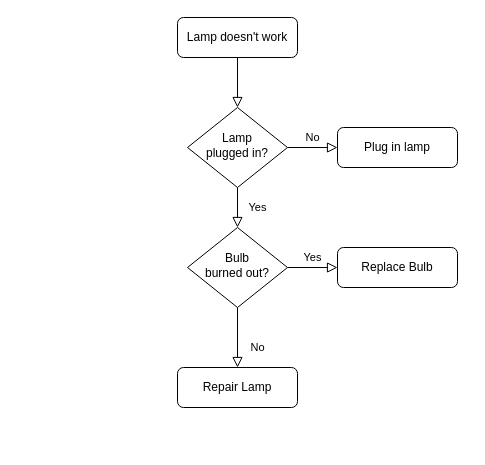
bird1225/draw keeps this draw.io diagram as 态势系统报警流程.drawio. Above is the earlier version. Source tidied: cells renumbered, new cells numbered last; positions are measured from the earlier drawing's top-left corner, leaving out a move shared by most shapes. Both pictures are drawn from the tidied source at 100%, with x=0, y=0 at pixel (177, 17).
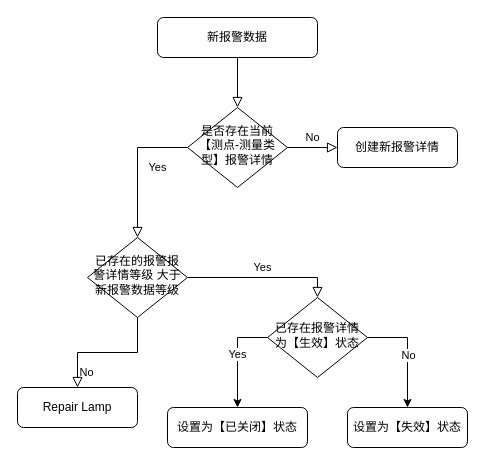
The same page after the edit.

Commit message (it also covers changes not shown here):
更新态势系统报警流程.drawio

Diff of the diagram source:
```diff
@@
 <mxGraphModel>
   <root>
     <mxCell id="0" />
     <mxCell id="1" parent="0" />
     <mxCell id="2" style="rounded=0;html=1;jettySize=auto;fontSize=11;endArrow=block;endFill=0;endSize=8;strokeWidth=1;shadow=0;labelBackgroundColor=none;edgeStyle=orthogonalEdgeStyle;" parent="1" edge="1" source="3" target="6">
       <mxGeometry relative="1" as="geometry" />
     </mxCell>
-    <mxCell id="3" value="Lamp doesn't work" style="rounded=1;whiteSpace=wrap;html=1;fontSize=12;glass=0;strokeWidth=1;shadow=0;" parent="1" vertex="1">
-      <mxGeometry width="120" height="40" as="geometry" />
+    <mxCell id="3" value="新报警数据" style="rounded=1;whiteSpace=wrap;html=1;fontSize=12;glass=0;strokeWidth=1;shadow=0;" parent="1" vertex="1">
+      <mxGeometry x="-20" width="160" height="40" as="geometry" />
     </mxCell>
-    <mxCell id="4" value="Yes" style="rounded=0;html=1;jettySize=auto;fontSize=11;endArrow=block;endFill=0;endSize=8;strokeWidth=1;shadow=0;labelBackgroundColor=none;edgeStyle=orthogonalEdgeStyle;" parent="1" edge="1" source="6" target="10">
+    <mxCell id="4" value="Yes" style="rounded=0;html=1;jettySize=auto;fontSize=11;endArrow=block;endFill=0;endSize=8;strokeWidth=1;shadow=0;labelBackgroundColor=none;edgeStyle=orthogonalEdgeStyle;exitX=0;exitY=0.5;exitDx=0;exitDy=0;" parent="1" edge="1" source="6" target="10">
       <mxGeometry y="20" relative="1" as="geometry" />
     </mxCell>
     <mxCell id="5" value="No" style="edgeStyle=orthogonalEdgeStyle;rounded=0;html=1;jettySize=auto;fontSize=11;endArrow=block;endFill=0;endSize=8;strokeWidth=1;shadow=0;labelBackgroundColor=none;" parent="1" edge="1" source="6" target="7">
       <mxGeometry y="10" relative="1" as="geometry" />
     </mxCell>
-    <mxCell id="6" value="Lamp&lt;br&gt;plugged in?" style="rhombus;whiteSpace=wrap;html=1;shadow=0;fontFamily=Helvetica;fontSize=12;align=center;strokeWidth=1;spacing=6;spacingTop=-4;" parent="1" vertex="1">
+    <mxCell id="6" value="是否存在当前【测点-测量类型】报警详情" style="rhombus;whiteSpace=wrap;html=1;shadow=0;fontFamily=Helvetica;fontSize=12;align=center;strokeWidth=1;spacing=6;spacingTop=-4;" parent="1" vertex="1">
       <mxGeometry x="10" y="90" width="100" height="80" as="geometry" />
     </mxCell>
-    <mxCell id="7" value="Plug in lamp" style="rounded=1;whiteSpace=wrap;html=1;fontSize=12;glass=0;strokeWidth=1;shadow=0;" parent="1" vertex="1">
+    <mxCell id="7" value="创建新报警详情" style="rounded=1;whiteSpace=wrap;html=1;fontSize=12;glass=0;strokeWidth=1;shadow=0;" parent="1" vertex="1">
       <mxGeometry x="160" y="110" width="120" height="40" as="geometry" />
     </mxCell>
     <mxCell id="8" value="No" style="rounded=0;html=1;jettySize=auto;fontSize=11;endArrow=block;endFill=0;endSize=8;strokeWidth=1;shadow=0;labelBackgroundColor=none;edgeStyle=orthogonalEdgeStyle;" parent="1" edge="1" source="10" target="11">
       <mxGeometry x="0.33" y="20" relative="1" as="geometry" />
     </mxCell>
-    <mxCell id="9" value="Yes" style="edgeStyle=orthogonalEdgeStyle;rounded=0;html=1;jettySize=auto;fontSize=11;endArrow=block;endFill=0;endSize=8;strokeWidth=1;shadow=0;labelBackgroundColor=none;" parent="1" edge="1" source="10" target="12">
+    <mxCell id="9" value="Yes" style="edgeStyle=orthogonalEdgeStyle;rounded=0;html=1;jettySize=auto;fontSize=11;endArrow=block;endFill=0;endSize=8;strokeWidth=1;shadow=0;labelBackgroundColor=none;entryX=0.5;entryY=0;entryDx=0;entryDy=0;" parent="1" edge="1" source="10" target="17">
       <mxGeometry y="10" relative="1" as="geometry" />
     </mxCell>
-    <mxCell id="10" value="Bulb&lt;br&gt;burned out?" style="rhombus;whiteSpace=wrap;html=1;shadow=0;fontFamily=Helvetica;fontSize=12;align=center;strokeWidth=1;spacing=6;spacingTop=-4;" parent="1" vertex="1">
-      <mxGeometry x="10" y="210" width="100" height="80" as="geometry" />
+    <mxCell id="10" value="已存在的报警报警详情等级 大于 新报警数据等级" style="rhombus;whiteSpace=wrap;html=1;shadow=0;fontFamily=Helvetica;fontSize=12;align=center;strokeWidth=1;spacing=6;spacingTop=-4;" parent="1" vertex="1">
+      <mxGeometry x="-90" y="220" width="100" height="80" as="geometry" />
     </mxCell>
     <mxCell id="11" value="Repair Lamp" style="rounded=1;whiteSpace=wrap;html=1;fontSize=12;glass=0;strokeWidth=1;shadow=0;" parent="1" vertex="1">
-      <mxGeometry y="350" width="120" height="40" as="geometry" />
+      <mxGeometry x="-160" y="370" width="120" height="40" as="geometry" />
     </mxCell>
-    <mxCell id="12" value="Replace Bulb" style="rounded=1;whiteSpace=wrap;html=1;fontSize=12;glass=0;strokeWidth=1;shadow=0;" parent="1" vertex="1">
-      <mxGeometry x="160" y="230" width="120" height="40" as="geometry" />
+    <mxCell id="12" value="设置为【已关闭】状态" style="rounded=1;whiteSpace=wrap;html=1;fontSize=12;glass=0;strokeWidth=1;shadow=0;" parent="1" vertex="1">
+      <mxGeometry x="-10" y="390" width="140" height="40" as="geometry" />
     </mxCell>
+    <mxCell id="13" style="edgeStyle=orthogonalEdgeStyle;rounded=0;jettySize=auto;html=1;entryX=0.5;entryY=0;entryDx=0;entryDy=0;exitX=0;exitY=0.5;exitDx=0;exitDy=0;" parent="1" edge="1" source="17" target="12">
+      <mxGeometry relative="1" as="geometry" />
+    </mxCell>
+    <mxCell id="14" value="Yes" style="edgeLabel;html=1;align=center;verticalAlign=middle;" parent="13" vertex="1">
+      <mxGeometry x="-0.08" y="-1" relative="1" as="geometry" />
+    </mxCell>
+    <mxCell id="15" style="edgeStyle=orthogonalEdgeStyle;rounded=0;jettySize=auto;html=1;entryX=0.5;entryY=0;entryDx=0;entryDy=0;exitX=1;exitY=0.5;exitDx=0;exitDy=0;" parent="1" edge="1" source="17" target="18">
+      <mxGeometry relative="1" as="geometry" />
+    </mxCell>
+    <mxCell id="16" value="No" style="edgeLabel;html=1;align=center;verticalAlign=middle;" parent="15" vertex="1">
+      <mxGeometry x="0.04" relative="1" as="geometry" />
+    </mxCell>
+    <mxCell id="17" value="已存在报警详情为【生效】状态" style="rhombus;whiteSpace=wrap;html=1;shadow=0;fontFamily=Helvetica;fontSize=12;align=center;strokeWidth=1;spacing=6;spacingTop=-4;" parent="1" vertex="1">
+      <mxGeometry x="90" y="280" width="100" height="80" as="geometry" />
+    </mxCell>
+    <mxCell id="18" value="设置为【失效】状态" style="rounded=1;whiteSpace=wrap;html=1;fontSize=12;glass=0;strokeWidth=1;shadow=0;" parent="1" vertex="1">
+      <mxGeometry x="170" y="390" width="120" height="40" as="geometry" />
+    </mxCell>
   </root>
 </mxGraphModel>
```
